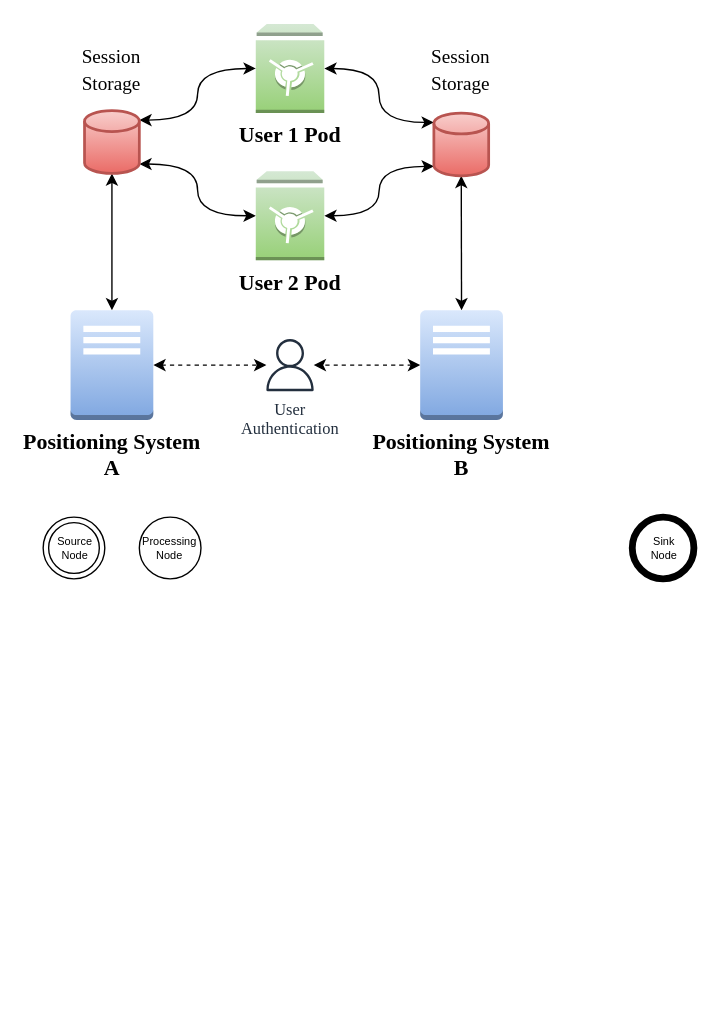
This is page "Page-4" (3 of 5) of docs/media/images/solid.drawio from OpenHPS/openhps-solid, a draw.io file, before an edit. Source tidied: cells renumbered, new cells numbered last; positions are measured from the earlier drawing's top-left corner, leaving out a move shared by most shapes. Both pictures are drawn from the tidied source at 137%, with x=0, y=0 at pixel (42, 23).
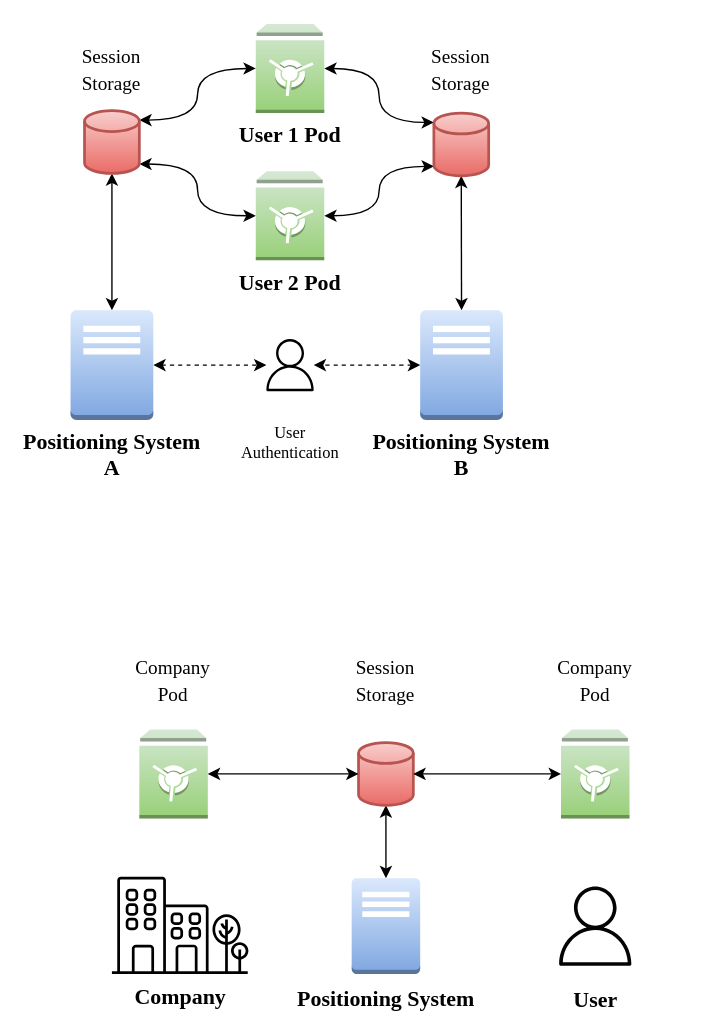
After the change.

The edit, as a diff of the source:
```diff
@@
-    <mxCell id="16" value="User&lt;br&gt;Authentication" style="sketch=0;outlineConnect=0;fontColor=#232F3E;gradientColor=none;fillColor=#232F3E;strokeColor=none;dashed=0;verticalLabelPosition=bottom;verticalAlign=top;align=center;html=1;fontSize=12;fontStyle=0;shape=mxgraph.aws4.user;fontFamily=Garamond;" parent="1" vertex="1">
+    <mxCell id="16" value="User&lt;br&gt;Authentication" style="sketch=0;outlineConnect=0;fontColor=#000000;gradientColor=none;fillColor=#000000;strokeColor=none;dashed=0;verticalLabelPosition=bottom;verticalAlign=top;align=center;html=1;fontSize=12;fontStyle=0;shape=mxgraph.aws4.user;fontFamily=Garamond;spacingTop=17;" parent="1" vertex="1">
       <mxGeometry x="161.2" y="230" width="38" height="38" as="geometry" />
     </mxCell>
@@
-    <mxCell id="19" value="Source&lt;br&gt;Node" style="ellipse;shape=doubleEllipse;html=1;dashed=0;whitespace=wrap;fontSize=8;" parent="1" vertex="1">
-      <mxGeometry y="360" width="45" height="45" as="geometry" />
-    </mxCell>
-    <mxCell id="20" value="&lt;font style=&quot;font-size: 8px&quot;&gt;Processing&lt;br&gt;Node&lt;br style=&quot;font-size: 8px&quot;&gt;&lt;/font&gt;" style="ellipse;whiteSpace=wrap;html=1;fontSize=8;" parent="1" vertex="1">
-      <mxGeometry x="70.2" y="360" width="45" height="45" as="geometry" />
-    </mxCell>
-    <mxCell id="21" value="Sink&lt;br&gt;Node" style="shape=ellipse;html=1;dashed=0;whitespace=wrap;strokeWidth=5;perimeter=ellipsePerimeter;fontSize=8;" parent="1" vertex="1">
-      <mxGeometry x="430" y="360" width="45" height="45" as="geometry" />
-    </mxCell>
+    <mxCell id="22" style="edgeStyle=orthogonalEdgeStyle;rounded=0;jettySize=auto;html=1;entryX=0.5;entryY=1;entryDx=0;entryDy=0;entryPerimeter=0;fontSize=16;fontColor=#060708;startArrow=classic;startFill=1;" parent="1" edge="1" source="23" target="26">
+      <mxGeometry relative="1" as="geometry" />
+    </mxCell>
+    <mxCell id="23" value="&lt;b&gt;Positioning System&lt;br&gt;&lt;/b&gt;" style="outlineConnect=0;dashed=0;verticalLabelPosition=bottom;verticalAlign=top;align=center;html=1;shape=mxgraph.aws3.traditional_server;fillColor=#dae8fc;gradientColor=#7ea6e0;fontFamily=Garamond;fontSize=16;strokeColor=#6c8ebf;spacing=3;" parent="1" vertex="1">
+      <mxGeometry x="225.2" y="623.5" width="50" height="70" as="geometry" />
+    </mxCell>
+    <mxCell id="24" value="&lt;font face=&quot;Garamond&quot; style=&quot;font-size: 16px;&quot;&gt;&lt;b style=&quot;font-size: 16px;&quot;&gt;Company&lt;/b&gt;&lt;/font&gt;" style="sketch=0;fontColor=#000000;strokeColor=#000000;fillColor=#0;dashed=0;verticalLabelPosition=bottom;verticalAlign=top;align=center;html=1;fontSize=16;fontStyle=0;shape=mxgraph.aws4.illustration_office_building;" parent="1" vertex="1">
+      <mxGeometry x="50" y="622.5" width="100" height="71" as="geometry" />
+    </mxCell>
+    <mxCell id="25" value="&lt;font style=&quot;font-size: 16px&quot;&gt;User&lt;/font&gt;" style="sketch=0;fontColor=#010203;gradientColor=none;fillColor=#030405;strokeColor=none;dashed=0;verticalLabelPosition=bottom;verticalAlign=top;align=center;html=1;fontSize=12;fontStyle=1;shape=mxgraph.aws4.user;fontFamily=Garamond;spacing=10;" parent="1" vertex="1">
+      <mxGeometry x="374" y="629.5" width="58" height="58" as="geometry" />
+    </mxCell>
+    <mxCell id="26" style="strokeWidth=2;html=1;shape=mxgraph.flowchart.database;whiteSpace=wrap;fontFamily=Garamond;fontSize=16;fillColor=#f8cecc;gradientColor=#ea6b66;strokeColor=#b85450;" parent="1" vertex="1">
+      <mxGeometry x="230.2" y="524.5" width="40" height="45.8" as="geometry" />
+    </mxCell>
+    <mxCell id="27" style="edgeStyle=orthogonalEdgeStyle;rounded=0;jettySize=auto;html=1;fontSize=16;fontColor=#060708;startArrow=classic;startFill=1;" parent="1" edge="1" source="28" target="26">
+      <mxGeometry relative="1" as="geometry" />
+    </mxCell>
+    <mxCell id="28" style="outlineConnect=0;dashed=0;verticalLabelPosition=bottom;verticalAlign=top;align=center;html=1;shape=mxgraph.aws3.vault;fillColor=#d5e8d4;strokeColor=#82b366;gradientColor=#97d077;" parent="1" vertex="1">
+      <mxGeometry x="70.2" y="514.9" width="50" height="65" as="geometry" />
+    </mxCell>
+    <mxCell id="29" style="edgeStyle=orthogonalEdgeStyle;rounded=0;jettySize=auto;html=1;fontSize=16;fontColor=#060708;startArrow=classic;startFill=1;" parent="1" edge="1" source="30" target="26">
+      <mxGeometry relative="1" as="geometry" />
+    </mxCell>
+    <mxCell id="30" style="outlineConnect=0;dashed=0;verticalLabelPosition=bottom;verticalAlign=top;align=center;html=1;shape=mxgraph.aws3.vault;fillColor=#d5e8d4;strokeColor=#82b366;gradientColor=#97d077;" parent="1" vertex="1">
+      <mxGeometry x="378" y="514.9" width="50" height="65" as="geometry" />
+    </mxCell>
+    <mxCell id="31" value="&lt;span style=&quot;font-weight: normal ; font-size: 14px&quot;&gt;Session&lt;br&gt;Storage&lt;/span&gt;" style="text;html=1;strokeColor=none;fillColor=none;align=center;verticalAlign=middle;whiteSpace=wrap;rounded=0;fontFamily=Garamond;fontSize=16;fontStyle=1;" parent="1" vertex="1">
+      <mxGeometry x="230.2" y="470" width="40" height="18.8" as="geometry" />
+    </mxCell>
+    <mxCell id="32" value="&lt;span style=&quot;font-size: 14px ; font-weight: 400&quot;&gt;Company Pod&lt;/span&gt;" style="text;html=1;strokeColor=none;fillColor=none;align=center;verticalAlign=middle;whiteSpace=wrap;rounded=0;fontFamily=Garamond;fontSize=16;fontStyle=1;" parent="1" vertex="1">
+      <mxGeometry x="75.2" y="470" width="40" height="18.8" as="geometry" />
+    </mxCell>
+    <mxCell id="33" value="&lt;span style=&quot;font-size: 14px ; font-weight: 400&quot;&gt;Company Pod&lt;/span&gt;" style="text;html=1;strokeColor=none;fillColor=none;align=center;verticalAlign=middle;whiteSpace=wrap;rounded=0;fontFamily=Garamond;fontSize=16;fontStyle=1;" parent="1" vertex="1">
+      <mxGeometry x="383" y="470" width="40" height="18.8" as="geometry" />
+    </mxCell>
```
